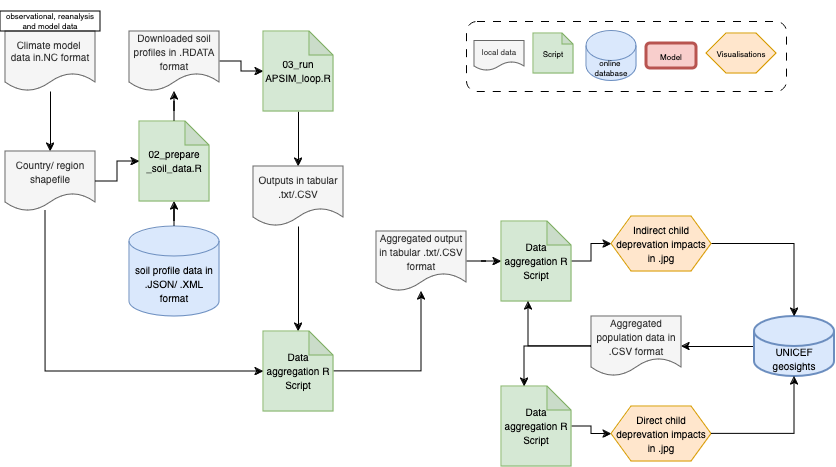
Earlier version of the draw.io export Data_plan_CCAI24.drawio.png (Thalheimerl/WT_Climate_mentalhealth). Source tidied: cells renumbered, new cells last; positions are measured from the earlier drawing's top-left corner, leaving out a move shared by most shapes.
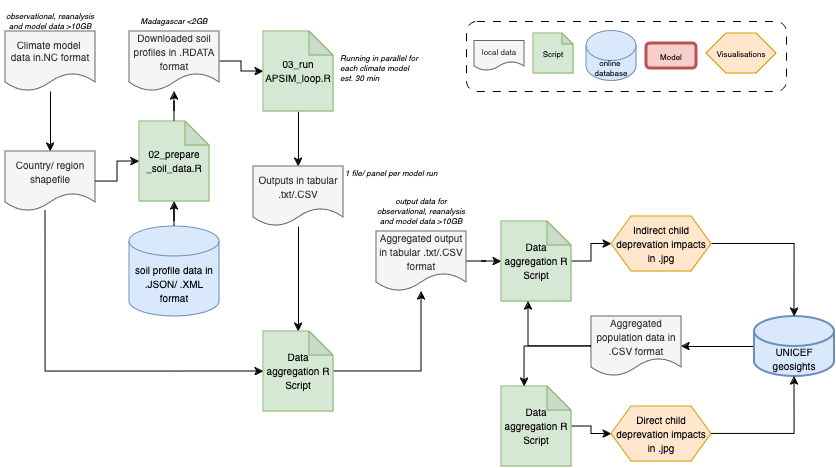
Later version of the same file.

The edit, as a diff of the source:
```diff
@@ -116,8 +116,20 @@
     <mxCell id="39" style="rounded=1;whiteSpace=wrap;html=1;fillColor=none;dashed=1;dashPattern=8 8;align=left;" parent="1" vertex="1">
       <mxGeometry x="466" y="10" width="320" height="70" as="geometry" />
     </mxCell>
-    <mxCell id="40" value="&lt;p style=&quot;margin-top: 12px; margin-bottom: 12px; font-size: 8px;&quot;&gt;&lt;font style=&quot;font-size: 8px;&quot;&gt;observational, reanalysis and model data&lt;br&gt;&lt;/font&gt;&lt;/p&gt;" style="rounded=0;whiteSpace=wrap;html=1;fillColor=none;align=center;" parent="1" vertex="1">
+    <mxCell id="40" value="&lt;p style=&quot;margin-top: 12px; margin-bottom: 12px; font-size: 8px;&quot;&gt;&lt;i&gt;&lt;font style=&quot;font-size: 8px;&quot;&gt;observational, reanalysis and model data &amp;gt;10GB&lt;br&gt;&lt;/font&gt;&lt;/i&gt;&lt;/p&gt;" style="rounded=0;whiteSpace=wrap;html=1;fillColor=none;align=center;strokeWidth=1;strokeColor=none;" parent="1" vertex="1">
       <mxGeometry width="100" height="20" as="geometry" />
     </mxCell>
+    <mxCell id="41" value="&lt;font style=&quot;font-size: 8px;&quot;&gt;&lt;i&gt;&lt;font style=&quot;font-size: 8px;&quot;&gt;1 file/ panel per model run&lt;br&gt;&lt;/font&gt;&lt;/i&gt;&lt;/font&gt;" style="rounded=0;whiteSpace=wrap;html=1;fillColor=none;align=left;strokeColor=none;" parent="1" vertex="1">
+      <mxGeometry x="343" y="155" width="104" height="12.5" as="geometry" />
+    </mxCell>
+    <mxCell id="42" value="&lt;p style=&quot;margin-top: 12px; margin-bottom: 12px; font-size: 8px;&quot;&gt;&lt;i&gt;&lt;font style=&quot;font-size: 8px;&quot;&gt;Madagascar &amp;lt;2GB&lt;br&gt;&lt;/font&gt;&lt;/i&gt;&lt;/p&gt;" style="rounded=0;whiteSpace=wrap;html=1;fillColor=none;align=center;strokeColor=none;" parent="1" vertex="1">
+      <mxGeometry x="124" y="-0.5" width="100" height="20" as="geometry" />
+    </mxCell>
+    <mxCell id="43" value="&lt;div style=&quot;font-size: 8px;&quot;&gt;&lt;font style=&quot;font-size: 8px;&quot;&gt;&lt;i&gt;&lt;font style=&quot;font-size: 8px;&quot;&gt;Running in parallel for each climate model&lt;/font&gt;&lt;/i&gt;&lt;/font&gt;&lt;/div&gt;&lt;div style=&quot;font-size: 8px;&quot;&gt;&lt;font style=&quot;font-size: 8px;&quot;&gt;&lt;i&gt;&lt;font style=&quot;font-size: 8px;&quot;&gt;est. 30 min&lt;br&gt;&lt;/font&gt;&lt;/i&gt;&lt;/font&gt;&lt;/div&gt;" style="rounded=0;whiteSpace=wrap;html=1;fillColor=none;align=left;strokeColor=none;" parent="1" vertex="1">
+      <mxGeometry x="338" y="44.5" width="81" height="25" as="geometry" />
+    </mxCell>
+    <mxCell id="44" value="&lt;p style=&quot;margin-top: 12px; margin-bottom: 12px; font-size: 8px;&quot;&gt;&lt;i&gt;&lt;font style=&quot;font-size: 8px;&quot;&gt;output data for observational, reanalysis and model data &amp;gt;10GB&lt;br&gt;&lt;/font&gt;&lt;/i&gt;&lt;/p&gt;" style="rounded=0;whiteSpace=wrap;html=1;fillColor=none;align=center;strokeColor=none;" parent="1" vertex="1">
+      <mxGeometry x="371" y="180" width="100" height="40" as="geometry" />
+    </mxCell>
   </root>
 </mxGraphModel>
```
